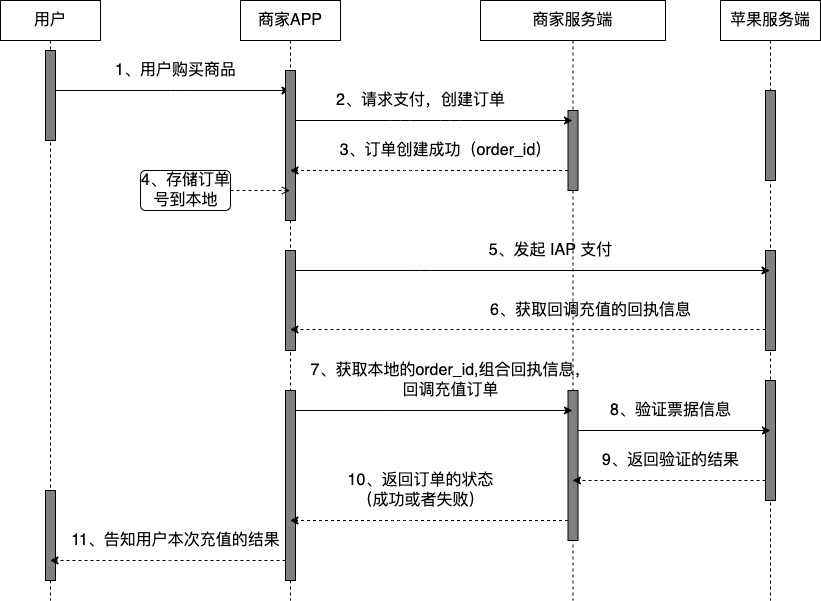
Earlier version of the draw.io export img/business/apple-iap-order-before.png (boilingfrog/Go-POINT). Source tidied: cells renumbered, new cells last; positions are measured from the earlier drawing's top-left corner, leaving out a move shared by most shapes. The source it was exported from:
```xml
<mxGraphModel>
  <root>
    <mxCell id="0" />
    <mxCell id="1" parent="0" />
    <mxCell id="2" style="edgeStyle=none;html=1;fontSize=16;" parent="1" edge="1" source="3" target="6">
      <mxGeometry relative="1" as="geometry">
        <Array as="points">
          <mxPoint x="180" y="90" />
        </Array>
      </mxGeometry>
    </mxCell>
    <mxCell id="3" value="&lt;font style=&quot;font-size: 16px&quot;&gt;用户&lt;/font&gt;" style="shape=umlLifeline;perimeter=lifelinePerimeter;whiteSpace=wrap;html=1;outlineConnect=0;" parent="1" vertex="1">
      <mxGeometry width="100" height="600" as="geometry" />
    </mxCell>
    <mxCell id="4" style="html=1;perimeter=orthogonalPerimeter;fillColor=#808080;" parent="3" vertex="1">
      <mxGeometry x="45" y="50" width="10" height="90" as="geometry" />
    </mxCell>
    <mxCell id="5" style="html=1;perimeter=orthogonalPerimeter;fillColor=#808080;" parent="3" vertex="1">
      <mxGeometry x="45" y="490" width="10" height="90" as="geometry" />
    </mxCell>
    <mxCell id="6" value="&lt;font style=&quot;font-size: 16px&quot;&gt;商家APP&lt;/font&gt;" style="shape=umlLifeline;perimeter=lifelinePerimeter;whiteSpace=wrap;html=1;outlineConnect=0;" parent="1" vertex="1">
      <mxGeometry x="240" width="100" height="600" as="geometry" />
    </mxCell>
    <mxCell id="7" style="html=1;points=[];perimeter=orthogonalPerimeter;fillColor=#808080;" parent="6" vertex="1">
      <mxGeometry x="45" y="70" width="10" height="150" as="geometry" />
    </mxCell>
    <mxCell id="8" style="html=1;points=[];perimeter=orthogonalPerimeter;fillColor=#808080;" parent="6" vertex="1">
      <mxGeometry x="45" y="250" width="10" height="100" as="geometry" />
    </mxCell>
    <mxCell id="9" style="html=1;points=[];perimeter=orthogonalPerimeter;fillColor=#808080;" parent="6" vertex="1">
      <mxGeometry x="45" y="390" width="10" height="190" as="geometry" />
    </mxCell>
    <mxCell id="10" value="&lt;font style=&quot;font-size: 16px&quot;&gt;商家服务端&lt;/font&gt;" style="shape=umlLifeline;perimeter=lifelinePerimeter;whiteSpace=wrap;html=1;outlineConnect=0;" parent="1" vertex="1">
      <mxGeometry x="480" width="185" height="600" as="geometry" />
    </mxCell>
    <mxCell id="11" style="html=1;points=[];perimeter=orthogonalPerimeter;fillColor=#808080;" parent="10" vertex="1">
      <mxGeometry x="87.5" y="110" width="10" height="80" as="geometry" />
    </mxCell>
    <mxCell id="12" style="html=1;points=[];perimeter=orthogonalPerimeter;fillColor=#808080;" parent="10" vertex="1">
      <mxGeometry x="87.5" y="390" width="10" height="150" as="geometry" />
    </mxCell>
    <mxCell id="13" value="6、获取回调充值的回执信息" style="text;html=1;align=center;verticalAlign=middle;strokeColor=none;fillColor=none;fontSize=16;" parent="10" vertex="1">
      <mxGeometry y="300" width="220" height="20" as="geometry" />
    </mxCell>
    <mxCell id="14" value="5、发起 IAP 支付" style="text;html=1;align=center;verticalAlign=middle;strokeColor=none;fillColor=none;fontSize=16;" parent="10" vertex="1">
      <mxGeometry y="240" width="140" height="20" as="geometry" />
    </mxCell>
    <mxCell id="15" value="&lt;font style=&quot;font-size: 16px&quot;&gt;苹果服务端&lt;/font&gt;" style="shape=umlLifeline;perimeter=lifelinePerimeter;whiteSpace=wrap;html=1;outlineConnect=0;" parent="1" vertex="1">
      <mxGeometry x="720" width="100" height="600" as="geometry" />
    </mxCell>
    <mxCell id="16" style="html=1;perimeter=orthogonalPerimeter;fillColor=#808080;" parent="15" vertex="1">
      <mxGeometry x="45" y="90" width="10" height="90" as="geometry" />
    </mxCell>
    <mxCell id="17" style="html=1;perimeter=orthogonalPerimeter;fillColor=#808080;" parent="15" vertex="1">
      <mxGeometry x="45" y="250" width="10" height="100" as="geometry" />
    </mxCell>
    <mxCell id="18" style="html=1;points=[];perimeter=orthogonalPerimeter;fillColor=#808080;" parent="15" vertex="1">
      <mxGeometry x="45" y="380" width="10" height="120" as="geometry" />
    </mxCell>
    <mxCell id="19" value="1、用户购买商品" style="text;html=1;align=center;verticalAlign=middle;strokeColor=none;fillColor=none;fontSize=16;" parent="1" vertex="1">
      <mxGeometry x="105" y="60" width="140" height="20" as="geometry" />
    </mxCell>
    <mxCell id="20" style="edgeStyle=none;html=1;fontSize=16;" parent="1" edge="1" source="7" target="10">
      <mxGeometry relative="1" as="geometry">
        <Array as="points">
          <mxPoint x="400" y="120" />
          <mxPoint x="450" y="120" />
        </Array>
      </mxGeometry>
    </mxCell>
    <mxCell id="21" value="2、请求支付，创建订单" style="text;html=1;align=center;verticalAlign=middle;strokeColor=none;fillColor=none;fontSize=16;" parent="1" vertex="1">
      <mxGeometry x="330" y="90" width="180" height="20" as="geometry" />
    </mxCell>
    <mxCell id="22" style="edgeStyle=none;html=1;fontSize=16;dashed=1;" parent="1" edge="1" source="11" target="6">
      <mxGeometry relative="1" as="geometry">
        <Array as="points">
          <mxPoint x="410" y="170" />
        </Array>
      </mxGeometry>
    </mxCell>
    <mxCell id="23" style="edgeStyle=none;html=1;fontSize=16;" parent="1" edge="1" source="8" target="15">
      <mxGeometry relative="1" as="geometry">
        <Array as="points">
          <mxPoint x="420" y="270" />
        </Array>
      </mxGeometry>
    </mxCell>
    <mxCell id="24" style="edgeStyle=none;html=1;fontSize=16;dashed=1;" parent="1" edge="1">
      <mxGeometry relative="1" as="geometry">
        <mxPoint x="765" y="329" as="sourcePoint" />
        <mxPoint x="289.4" y="329" as="targetPoint" />
        <Array as="points">
          <mxPoint x="540" y="329" />
          <mxPoint x="500" y="329" />
        </Array>
      </mxGeometry>
    </mxCell>
    <mxCell id="25" value="4、存储订单&lt;br&gt;号到本地" style="html=1;rounded=1;absoluteArcSize=1;arcSize=10;fontSize=16;" parent="1" vertex="1">
      <mxGeometry x="140" y="170" width="90" height="40" as="geometry" />
    </mxCell>
    <mxCell id="26" style="endArrow=open;html=1;rounded=0;align=center;verticalAlign=top;endFill=0;labelBackgroundColor=none;endSize=6;dashed=1;fontSize=16;" parent="1" edge="1" source="25" target="6">
      <mxGeometry relative="1" as="geometry" />
    </mxCell>
    <mxCell id="27" style="edgeStyle=none;html=1;fontSize=16;" parent="1" edge="1" source="9" target="10">
      <mxGeometry relative="1" as="geometry">
        <Array as="points">
          <mxPoint x="390" y="410" />
        </Array>
      </mxGeometry>
    </mxCell>
    <mxCell id="28" style="edgeStyle=none;html=1;fontSize=16;" parent="1" edge="1" source="12">
      <mxGeometry relative="1" as="geometry">
        <mxPoint x="770" y="430" as="targetPoint" />
      </mxGeometry>
    </mxCell>
    <mxCell id="29" value="8、验证票据信息" style="text;html=1;align=center;verticalAlign=middle;strokeColor=none;fillColor=none;fontSize=16;" parent="1" vertex="1">
      <mxGeometry x="600" y="400" width="140" height="20" as="geometry" />
    </mxCell>
    <mxCell id="30" style="edgeStyle=none;html=1;dashed=1;fontSize=16;" parent="1" edge="1" source="18" target="10">
      <mxGeometry relative="1" as="geometry">
        <Array as="points">
          <mxPoint x="630" y="480" />
        </Array>
      </mxGeometry>
    </mxCell>
    <mxCell id="31" value="9、返回验证的结果" style="text;html=1;align=center;verticalAlign=middle;strokeColor=none;fillColor=none;fontSize=16;" parent="1" vertex="1">
      <mxGeometry x="595" y="450" width="150" height="20" as="geometry" />
    </mxCell>
    <mxCell id="32" style="edgeStyle=none;html=1;fontSize=16;dashed=1;" parent="1" edge="1" source="12" target="6">
      <mxGeometry relative="1" as="geometry">
        <Array as="points">
          <mxPoint x="400" y="520" />
        </Array>
      </mxGeometry>
    </mxCell>
    <mxCell id="33" value="10、返回订单的状态&lt;br&gt;（成功或者失败）" style="text;html=1;align=center;verticalAlign=middle;strokeColor=none;fillColor=none;fontSize=16;" parent="1" vertex="1">
      <mxGeometry x="340" y="470" width="160" height="40" as="geometry" />
    </mxCell>
    <mxCell id="34" style="edgeStyle=none;html=1;dashed=1;fontSize=16;" parent="1" edge="1" source="9" target="3">
      <mxGeometry relative="1" as="geometry">
        <Array as="points">
          <mxPoint x="160" y="560" />
        </Array>
      </mxGeometry>
    </mxCell>
    <mxCell id="35" value="11、告知用户本次充值的结果" style="text;html=1;align=center;verticalAlign=middle;strokeColor=none;fillColor=none;fontSize=16;" parent="1" vertex="1">
      <mxGeometry x="65" y="530" width="220" height="20" as="geometry" />
    </mxCell>
    <mxCell id="36" value="3、订单创建成功（order_id）" style="text;html=1;align=center;verticalAlign=middle;strokeColor=none;fillColor=none;fontSize=16;" parent="1" vertex="1">
      <mxGeometry x="330" y="140" width="230" height="20" as="geometry" />
    </mxCell>
    <mxCell id="37" value="7、获取本地的order_id,组合回执信息，&lt;br&gt;回调充值订单" style="text;html=1;align=center;verticalAlign=middle;strokeColor=none;fillColor=none;fontSize=16;" parent="1" vertex="1">
      <mxGeometry x="300" y="360" width="300" height="40" as="geometry" />
    </mxCell>
  </root>
</mxGraphModel>
```
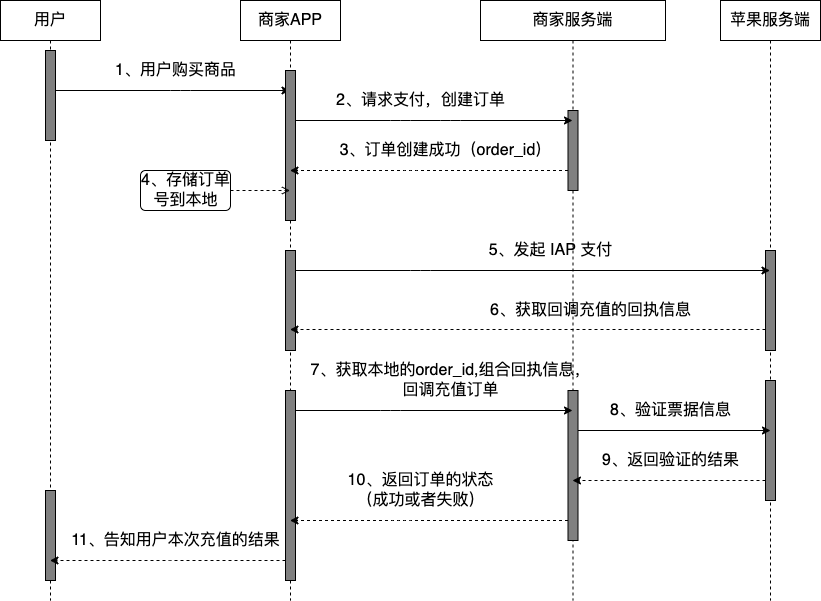
After the commit.

Diff of the diagram source:
```diff
@@ -48,9 +48,6 @@
     <mxCell id="15" value="&lt;font style=&quot;font-size: 16px&quot;&gt;苹果服务端&lt;/font&gt;" style="shape=umlLifeline;perimeter=lifelinePerimeter;whiteSpace=wrap;html=1;outlineConnect=0;" parent="1" vertex="1">
       <mxGeometry x="720" width="100" height="600" as="geometry" />
     </mxCell>
-    <mxCell id="16" style="html=1;perimeter=orthogonalPerimeter;fillColor=#808080;" parent="15" vertex="1">
-      <mxGeometry x="45" y="90" width="10" height="90" as="geometry" />
-    </mxCell>
     <mxCell id="17" style="html=1;perimeter=orthogonalPerimeter;fillColor=#808080;" parent="15" vertex="1">
       <mxGeometry x="45" y="250" width="10" height="100" as="geometry" />
     </mxCell>
```
